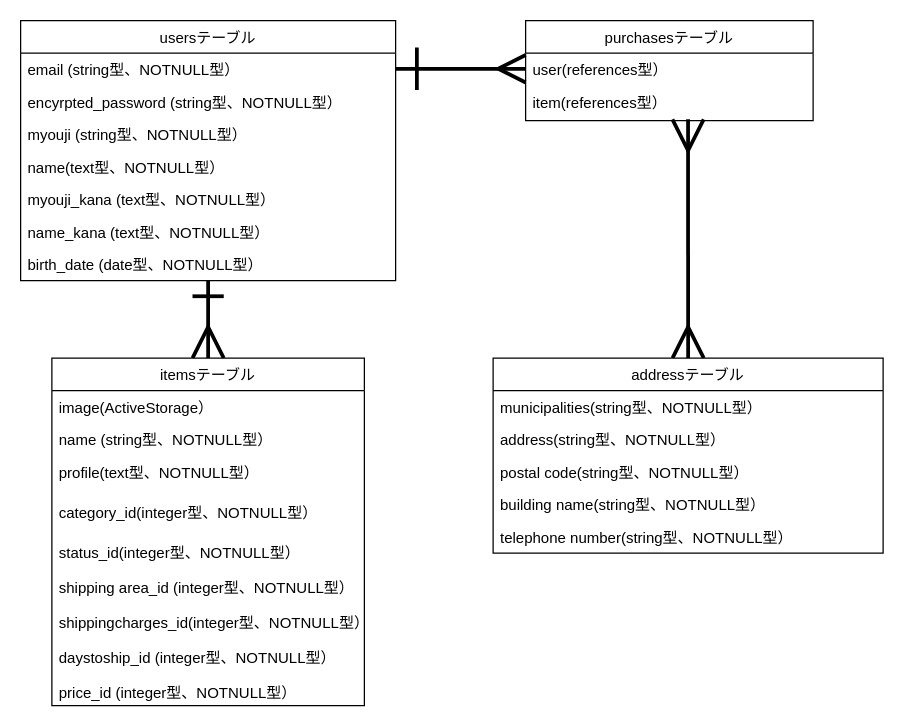
Before: er図.dio in inoue1231/furima-36584, a draw.io diagram. Source tidied: cells renumbered, new cells numbered last; positions are measured from the earlier drawing's top-left corner, leaving out a move shared by most shapes. Both pictures are drawn from the tidied source at 125%, with x=0, y=0 at pixel (20, 20).
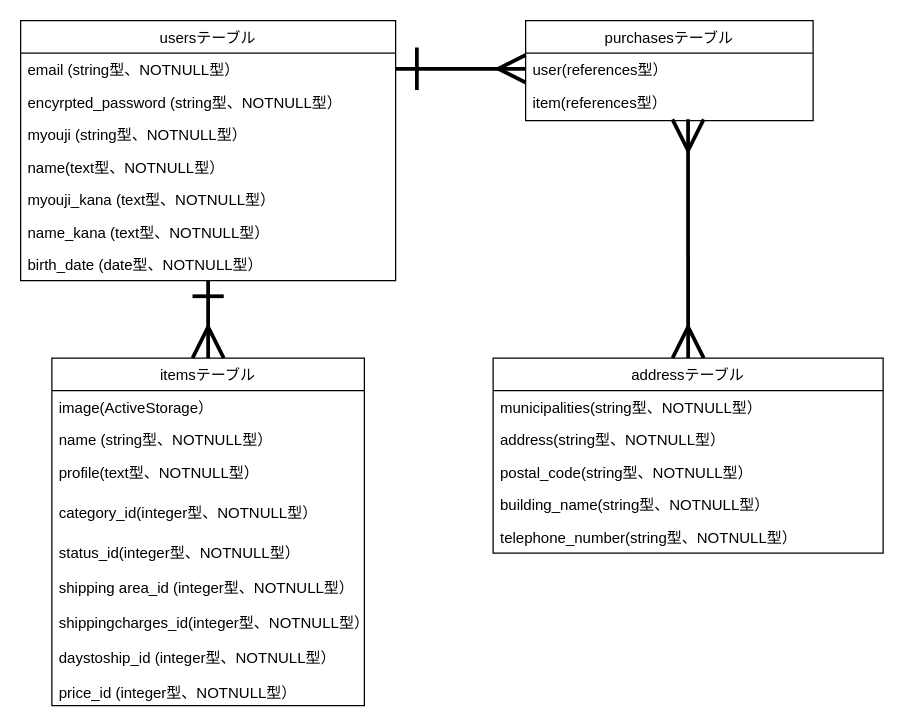
Above is the later version.

The change refers to these unchanged cells:
```xml
<mxCell id="27" value="addressテーブル" style="swimlane;fontStyle=0;horizontal=1;startSize=26;" parent="1" vertex="1">
  <mxGeometry x="378" y="270" width="312" height="156" as="geometry" />
</mxCell>
```

What changed in the source:
```diff
@@
-    <mxCell id="30" value="postal code(string型、NOTNULL型）" style="text;strokeColor=none;fillColor=none;align=left;verticalAlign=top;spacingLeft=4;spacingRight=4;overflow=hidden;" parent="27" vertex="1">
+    <mxCell id="30" value="postal_code(string型、NOTNULL型）" style="text;strokeColor=none;fillColor=none;align=left;verticalAlign=top;spacingLeft=4;spacingRight=4;overflow=hidden;" parent="27" vertex="1">
       <mxGeometry y="78" width="312" height="26" as="geometry" />
     </mxCell>
-    <mxCell id="31" value="building name(string型、NOTNULL型）" style="text;strokeColor=none;fillColor=none;align=left;verticalAlign=top;spacingLeft=4;spacingRight=4;overflow=hidden;" parent="27" vertex="1">
+    <mxCell id="31" value="building_name(string型、NOTNULL型）" style="text;strokeColor=none;fillColor=none;align=left;verticalAlign=top;spacingLeft=4;spacingRight=4;overflow=hidden;" parent="27" vertex="1">
       <mxGeometry y="104" width="312" height="26" as="geometry" />
     </mxCell>
-    <mxCell id="32" value="telephone number(string型、NOTNULL型）" style="text;strokeColor=none;fillColor=none;align=left;verticalAlign=top;spacingLeft=4;spacingRight=4;overflow=hidden;" parent="27" vertex="1">
+    <mxCell id="32" value="telephone_number(string型、NOTNULL型）" style="text;strokeColor=none;fillColor=none;align=left;verticalAlign=top;spacingLeft=4;spacingRight=4;overflow=hidden;" parent="27" vertex="1">
       <mxGeometry y="130" width="312" height="26" as="geometry" />
     </mxCell>
```
